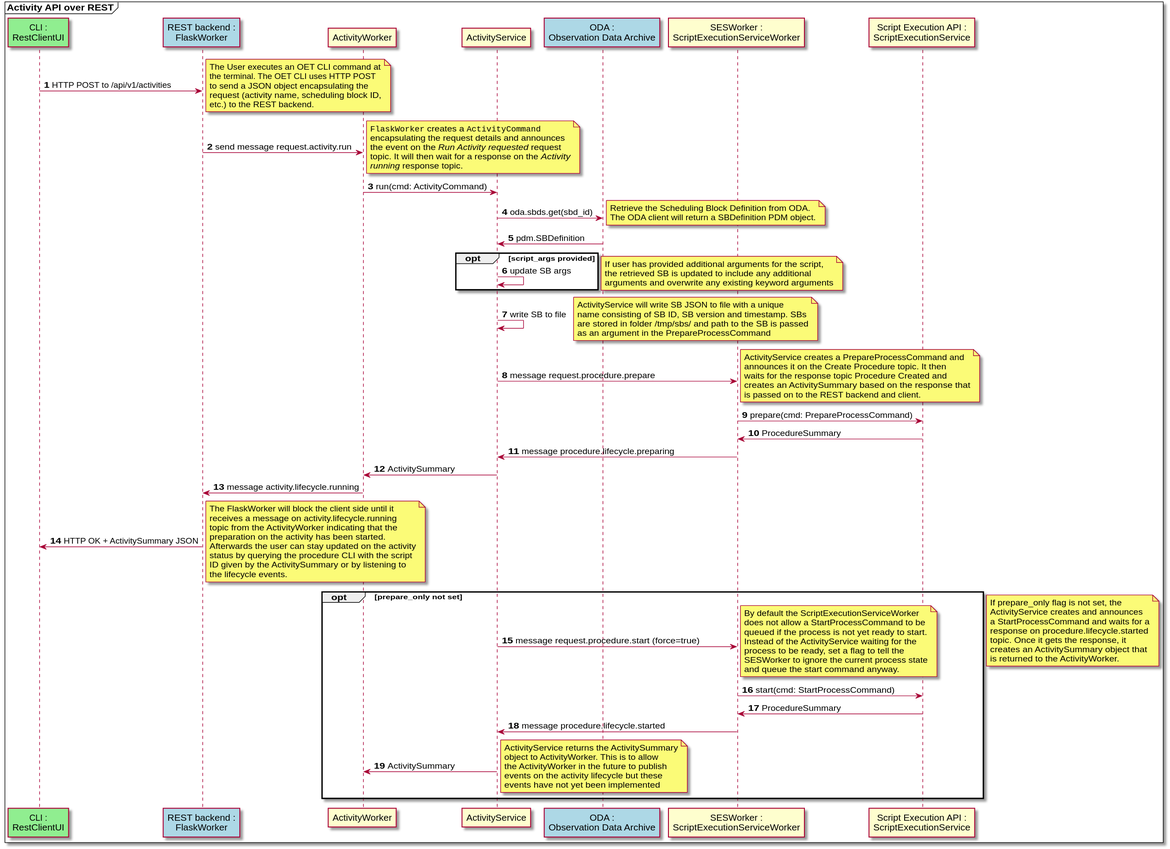
Earlier version of the PlantUML export docs/src/diagrams/export/backend_module_ui_sequence_activity_api_over_rest.svg (ska-telescope/observation-execution-tool).
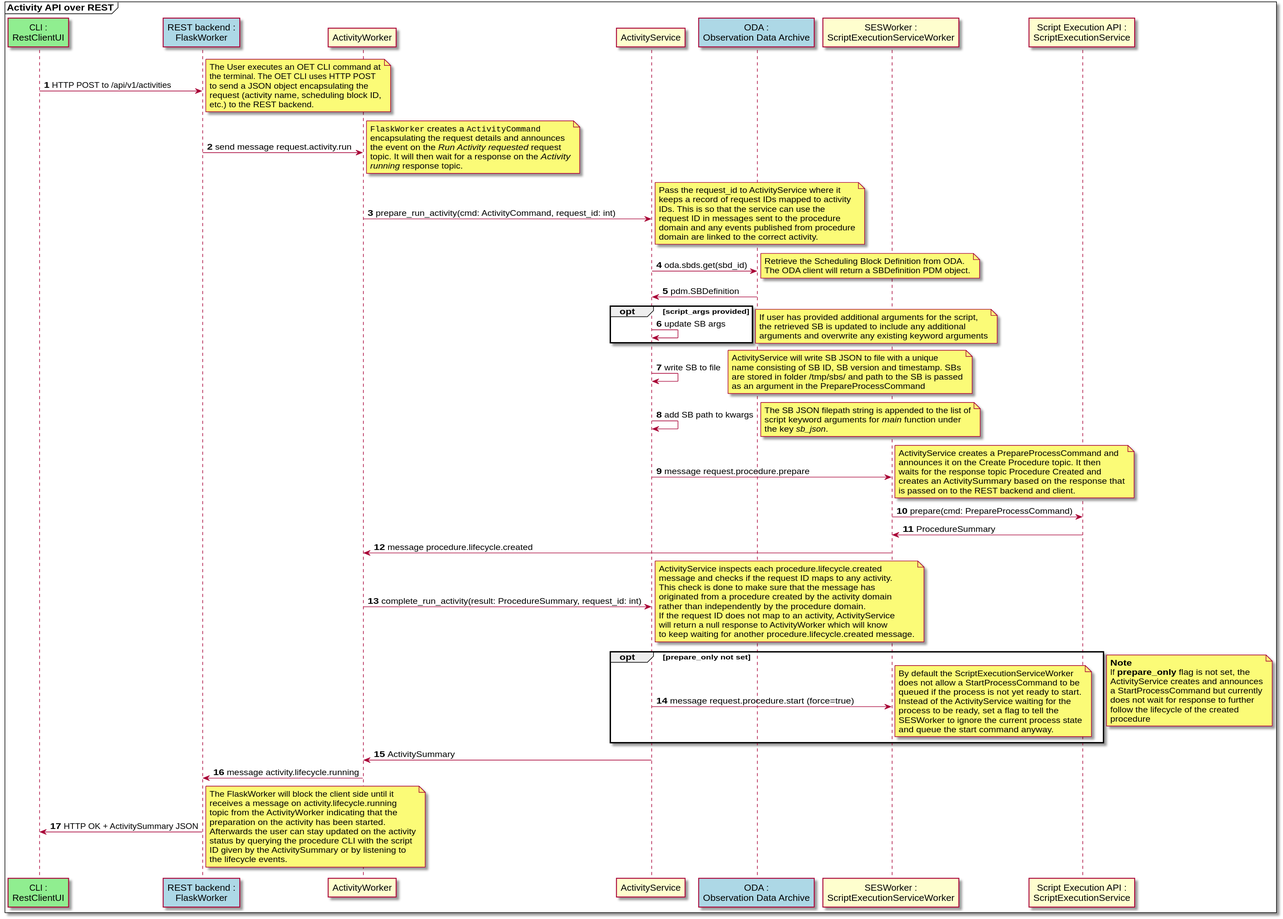
After the change.

Commit message:
BTN-1629 Update sequence diagram to match the refactored activity flow

Diff of the diagram source:
```diff
@@ -31,7 +31,15 @@
 //running// response topic.
 end note
 
-ActivityWorker -> ActivityService: run(cmd: ActivityCommand)
+ActivityWorker -> ActivityService: prepare_run_activity(cmd: ActivityCommand, request_id: int)
+note right
+Pass the request_id to ActivityService where it
+keeps a record of request IDs mapped to activity
+IDs. This is so that the service can use the
+request ID in messages sent to the procedure
+domain and any events published from procedure
+domain are linked to the correct activity.
+end note
 
 ActivityService -> ODA: oda.sbds.get(sbd_id)
 note right
@@ -57,6 +65,13 @@
 as an argument in the PrepareProcessCommand
 end note
 
+ActivityService -> ActivityService: add SB path to kwargs
+note right
+The SB JSON filepath string is appended to the list of
+script keyword arguments for //main// function under
+the key //sb_json//.
+end note
+
 
 ActivityService -> ScriptExecutionServiceWorker: message request.procedure.prepare
 
@@ -72,7 +87,44 @@
 
 ScriptExecutionService -> ScriptExecutionServiceWorker: ProcedureSummary
 
-ScriptExecutionServiceWorker -> ActivityService: message procedure.lifecycle.preparing
+ScriptExecutionServiceWorker -> ActivityWorker: message procedure.lifecycle.created
+
+ActivityWorker -> ActivityService: complete_run_activity(result: ProcedureSummary, request_id: int)
+
+note right
+ActivityService inspects each procedure.lifecycle.created
+message and checks if the request ID maps to any activity.
+This check is done to make sure that the message has
+originated from a procedure created by the activity domain
+rather than independently by the procedure domain.
+If the request ID does not map to an activity, ActivityService
+will return a null response to ActivityWorker which will know
+to keep waiting for another procedure.lifecycle.created message.
+end note
+
+opt prepare_only not set
+ActivityService -> ScriptExecutionServiceWorker: message request.procedure.start (force=true)
+note right
+By default the ScriptExecutionServiceWorker
+does not allow a StartProcessCommand to be
+queued if the process is not yet ready to start.
+Instead of the ActivityService waiting for the
+process to be ready, set a flag to tell the
+SESWorker to ignore the current process state
+and queue the start command anyway.
+end note
+
+
+end
+note right
+**Note**
+If **prepare_only** flag is not set, the
+ActivityService creates and announces
+a StartProcessCommand but currently
+does not wait for response to further
+follow the lifecycle of the created
+procedure
+end note
 
 ActivityService -> ActivityWorker: ActivitySummary
 
@@ -90,42 +142,4 @@
 the lifecycle events.
 end note
 
-opt prepare_only not set
-ActivityService -> ScriptExecutionServiceWorker: message request.procedure.start (force=true)
-note right
-By default the ScriptExecutionServiceWorker
-does not allow a StartProcessCommand to be
-queued if the process is not yet ready to start.
-Instead of the ActivityService waiting for the
-process to be ready, set a flag to tell the
-SESWorker to ignore the current process state
-and queue the start command anyway.
-end note
-
-ScriptExecutionServiceWorker -> ScriptExecutionService: start(cmd: StartProcessCommand)
-
-ScriptExecutionService -> ScriptExecutionServiceWorker: ProcedureSummary
-
-ScriptExecutionServiceWorker -> ActivityService: message procedure.lifecycle.started
-
-ActivityService -> ActivityWorker: ActivitySummary
-note right
-ActivityService returns the ActivitySummary
-object to ActivityWorker. This is to allow
-the ActivityWorker in the future to publish
-events on the activity lifecycle but these
-events have not yet been implemented
-end note
-
-end
-note right
-If prepare_only flag is not set, the
-ActivityService creates and announces
-a StartProcessCommand and waits for a
-response on  procedure.lifecycle.started
-topic. Once it gets the response, it
-creates an ActivitySummary object that
-is returned to the ActivityWorker.
-end note
-
 @enduml
```
